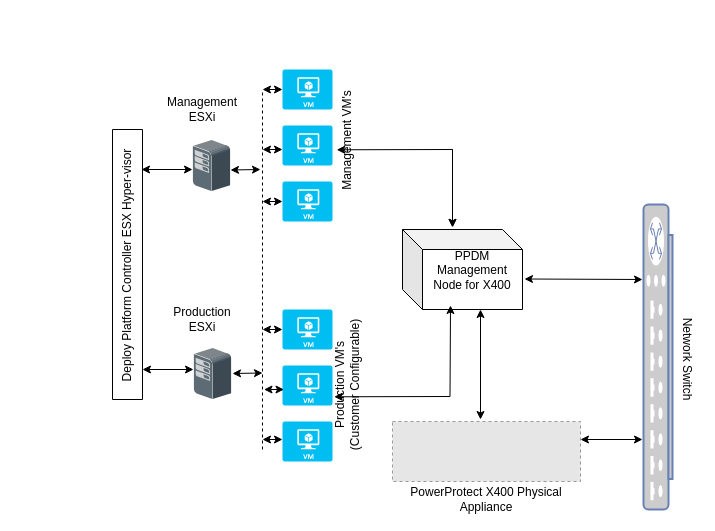
The draw.io diagram Untitled Diagram.drawio in vishwa2311/PowerProtect, before the edit. Source tidied: cells renumbered, new cells numbered last; positions are measured from the earlier drawing's top-left corner, leaving out a move shared by most shapes. Both pictures are drawn from the tidied source at 100%, with x=0, y=0 at pixel (-8, 69). Pictures stored in the file or linked from it are replaced by grey dashed boxes.
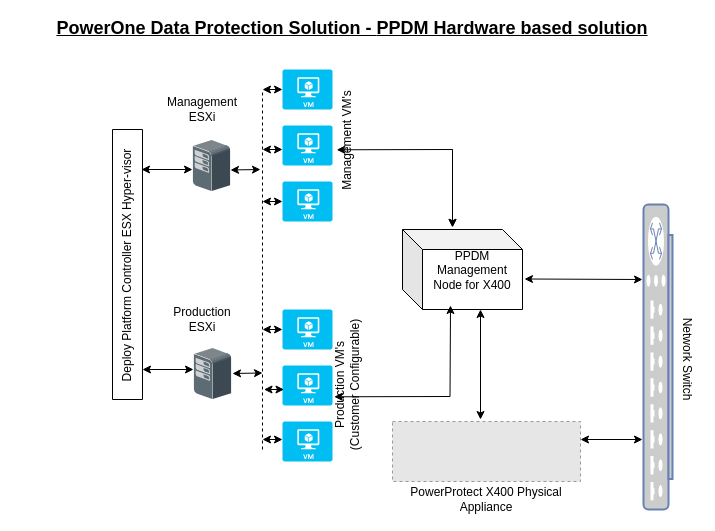
Above is the later version.

Commit message:
PPDM Hardware based solution

The edit, as a diff of the source:
```diff
@@
+    <mxCell id="41" value="&lt;font style=&quot;font-size: 18px&quot;&gt;&lt;u&gt;&lt;font&gt;&lt;b&gt;PowerOne Data Protection Solution -&amp;nbsp;&lt;/b&gt;&lt;/font&gt;&lt;span style=&quot;font-family: &amp;#34;arial&amp;#34; ; font-weight: bold&quot;&gt;PPDM Hardware based solution&lt;/span&gt;&lt;/u&gt;&lt;/font&gt;" style="text;html=1;strokeColor=none;fillColor=none;align=center;verticalAlign=middle;whiteSpace=wrap;rounded=0;" parent="1" vertex="1">
+      <mxGeometry x="25" y="-51" width="670" height="20" as="geometry" />
+    </mxCell>
```
